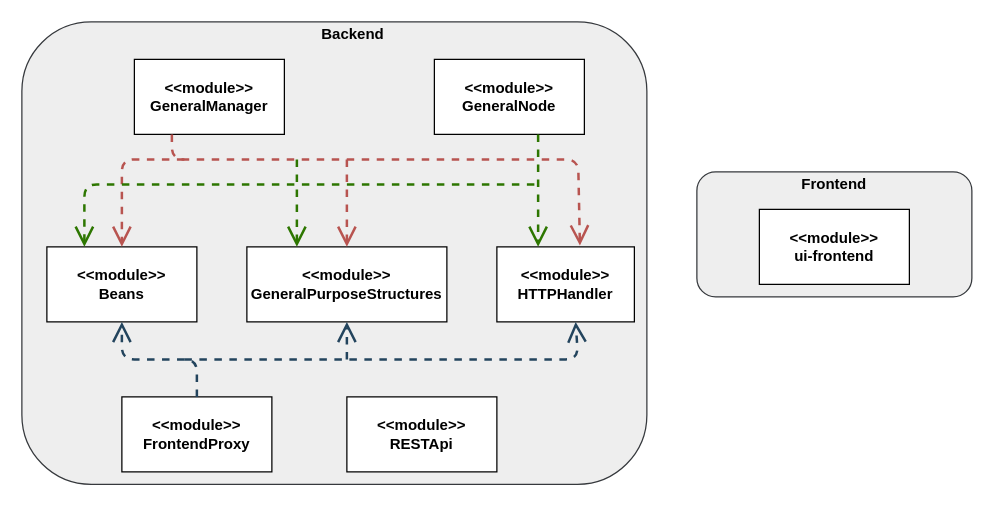
Earlier version of the draw.io diagram docs/skeleton/diagrama_module.drawio (StratulatStefan/Licenta). Source tidied: cells renumbered, new cells numbered last; positions are measured from the earlier drawing's top-left corner, leaving out a move shared by most shapes. Both pictures are drawn from the tidied source at 125%, with x=0, y=0 at pixel (21, 21).
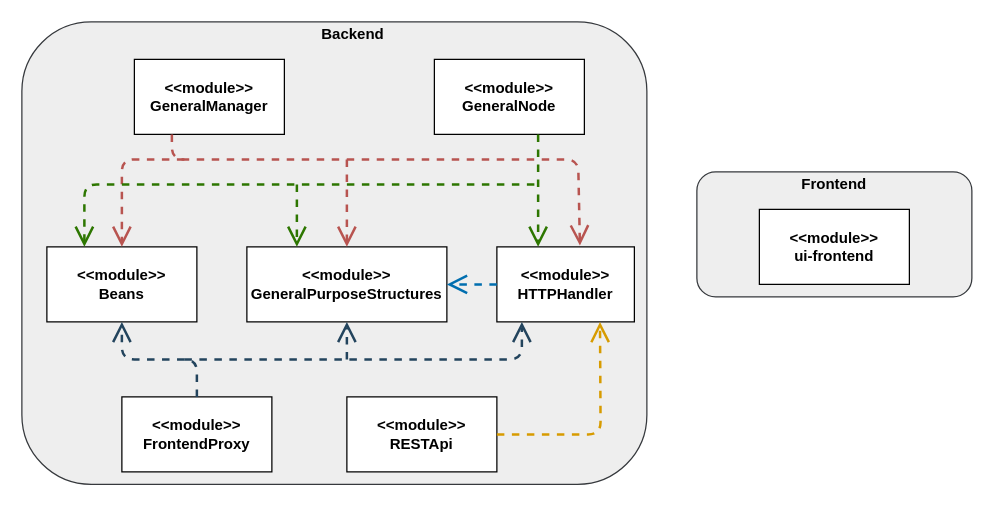
The same page after the edit.

Unchanged cells that the change refers to:
```xml
<mxCell id="6" style="group;" parent="1" vertex="1">
  <mxGeometry width="500" height="370" as="geometry" />
</mxCell>
<mxCell id="12" value="&lt;b&gt;&amp;lt;&amp;lt;module&amp;gt;&amp;gt;&lt;br&gt;GeneralPurposeStructures&lt;br&gt;&lt;/b&gt;" style="rounded=0;whiteSpace=wrap;html=1;" parent="6" vertex="1">
  <mxGeometry x="180" y="180" width="160" height="60" as="geometry" />
</mxCell>
<mxCell id="13" value="&lt;b&gt;&amp;lt;&amp;lt;module&amp;gt;&amp;gt;&lt;br&gt;HTTPHandler&lt;br&gt;&lt;/b&gt;" style="rounded=0;whiteSpace=wrap;html=1;" parent="6" vertex="1">
  <mxGeometry x="380" y="180" width="110" height="60" as="geometry" />
</mxCell>
```

The edit, as a diff of the source:
```diff
@@
     <mxCell id="20" style="endArrow=open;endSize=12;dashed=1;html=1;strokeWidth=2;entryX=0.25;entryY=0;entryDx=0;entryDy=0;fillColor=#60a917;strokeColor=#2D7600;" parent="6" edge="1" target="12">
       <mxGeometry relative="1" as="geometry">
-        <mxPoint x="220" y="110" as="sourcePoint" />
+        <mxPoint x="220" y="130" as="sourcePoint" />
       </mxGeometry>
     </mxCell>
@@
-    <mxCell id="22" style="endArrow=open;endSize=12;dashed=1;html=1;strokeWidth=2;entryX=0.573;entryY=1.002;entryDx=0;entryDy=0;fillColor=#bac8d3;strokeColor=#23445d;entryPerimeter=0;" parent="6" edge="1" target="13">
+    <mxCell id="22" style="endArrow=open;endSize=12;dashed=1;html=1;strokeWidth=2;fillColor=#bac8d3;strokeColor=#23445d;" parent="6" edge="1">
       <mxGeometry relative="1" as="geometry">
         <mxPoint x="130" y="270" as="sourcePoint" />
+        <mxPoint x="400" y="240" as="targetPoint" />
         <Array as="points">
-          <mxPoint x="445" y="270" />
+          <mxPoint x="400" y="270" />
         </Array>
       </mxGeometry>
     </mxCell>
@@
+    <mxCell id="25" style="endArrow=open;endSize=12;dashed=1;html=1;entryX=0.75;entryY=1;entryDx=0;entryDy=0;strokeWidth=2;fillColor=#ffe6cc;strokeColor=#d79b00;" parent="1" edge="1" target="13">
+      <mxGeometry relative="1" as="geometry">
+        <mxPoint x="380" y="330" as="sourcePoint" />
+        <Array as="points">
+          <mxPoint x="463" y="330" />
+        </Array>
+      </mxGeometry>
+    </mxCell>
+    <mxCell id="26" style="endArrow=open;endSize=12;dashed=1;html=1;entryX=1;entryY=0.5;entryDx=0;entryDy=0;strokeWidth=2;fillColor=#1ba1e2;strokeColor=#006EAF;" parent="1" edge="1" target="12">
+      <mxGeometry relative="1" as="geometry">
+        <mxPoint x="380" y="210" as="sourcePoint" />
+      </mxGeometry>
+    </mxCell>
```
